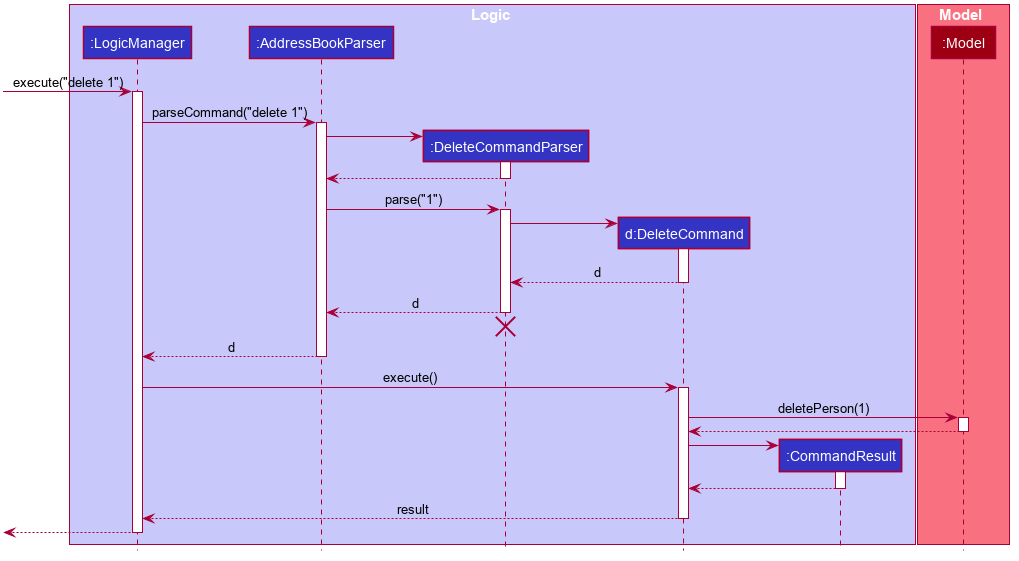
Before: docs/images/DeleteSequenceDiagram.png, a diagram exported from PlantUML (nus-cs2103-AY2223S1/tp).
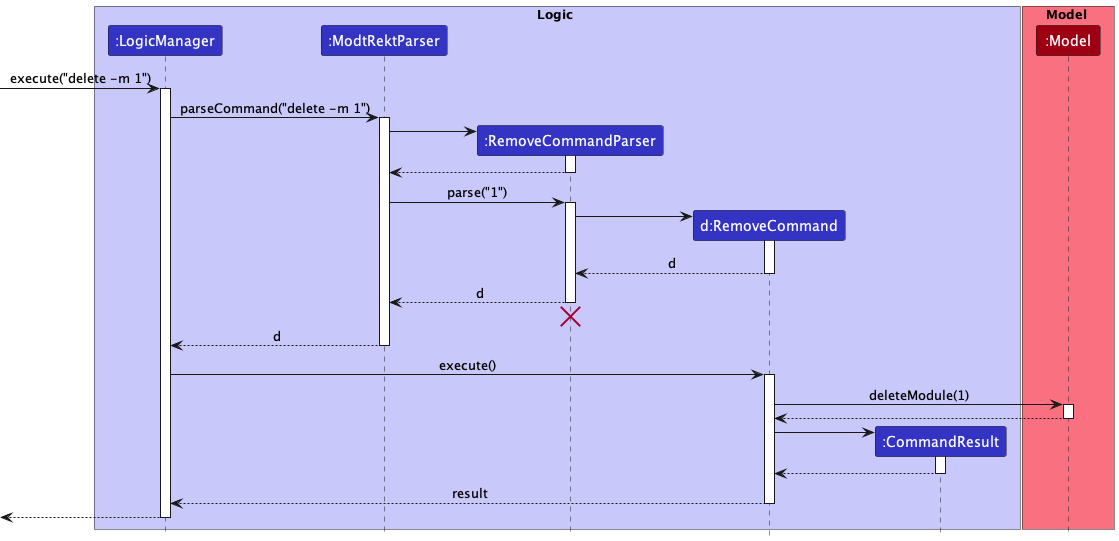
Later version of the same file.

The edit, as a diff of the source:
```diff
@@ -1,114 +1,67 @@
 @startuml
+!include style.puml
 
-
-
-
-
-
-
-
-skinparam BackgroundColor #FFFFFFF
-
-skinparam Shadowing false
-
-skinparam Class {
-    FontColor #FFFFFF
-    BorderThickness 1
-    BorderColor #FFFFFF
-    StereotypeFontColor #FFFFFF
-    FontName Arial
-}
-
-skinparam Actor {
-    BorderColor #000000
-    Color #000000
-    FontName Arial
-}
-
-skinparam Sequence {
-    MessageAlign center
-    BoxFontSize 15
-    BoxPadding 0
-    BoxFontColor #FFFFFF
-    FontName Arial
-}
-
-skinparam Participant {
-    FontColor #FFFFFFF
-    Padding 20
-}
-
-skinparam MinClassWidth 50
-skinparam ParticipantPadding 10
-skinparam Shadowing false
-skinparam DefaultTextAlignment center
-skinparam packageStyle Rectangle
-
-hide footbox
-hide members
-hide circle
-
-box Logic #C8C8FA
-participant ":LogicManager" as LogicManager #3333C4
-participant ":AddressBookParser" as AddressBookParser #3333C4
-participant ":DeleteCommandParser" as DeleteCommandParser #3333C4
-participant "d:DeleteCommand" as DeleteCommand #3333C4
-participant ":CommandResult" as CommandResult #3333C4
+box Logic LOGIC_COLOR_T1
+participant ":LogicManager" as LogicManager LOGIC_COLOR
+participant ":ModtRektParser" as ModtRektParser LOGIC_COLOR
+participant ":RemoveCommandParser" as RemoveCommandParser LOGIC_COLOR
+participant "d:RemoveCommand" as RemoveCommand LOGIC_COLOR
+participant ":CommandResult" as CommandResult LOGIC_COLOR
 end box
 
-box Model #F97181
-participant ":Model" as Model #9D0012
+box Model MODEL_COLOR_T1
+participant ":Model" as Model MODEL_COLOR
 end box
 
-[-> LogicManager : execute("delete 1")
+[-> LogicManager : execute("delete -m 1")
 activate LogicManager
 
-LogicManager -> AddressBookParser : parseCommand("delete 1")
-activate AddressBookParser
+LogicManager -> ModtRektParser : parseCommand("delete -m 1")
+activate ModtRektParser
 
-create DeleteCommandParser
-AddressBookParser -> DeleteCommandParser
-activate DeleteCommandParser
+create RemoveCommandParser
+ModtRektParser -> RemoveCommandParser
+activate RemoveCommandParser
 
-DeleteCommandParser --> AddressBookParser
-deactivate DeleteCommandParser
+RemoveCommandParser --> ModtRektParser
+deactivate RemoveCommandParser
 
-AddressBookParser -> DeleteCommandParser : parse("1")
-activate DeleteCommandParser
+ModtRektParser -> RemoveCommandParser : parse("1")
+activate RemoveCommandParser
 
-create DeleteCommand
-DeleteCommandParser -> DeleteCommand
-activate DeleteCommand
+create RemoveCommand
+RemoveCommandParser -> RemoveCommand
+activate RemoveCommand
 
-DeleteCommand --> DeleteCommandParser : d
-deactivate DeleteCommand
+RemoveCommand --> RemoveCommandParser : d
+deactivate RemoveCommand
 
-DeleteCommandParser --> AddressBookParser : d
-deactivate DeleteCommandParser
-DeleteCommandParser -[hidden]-> AddressBookParser
-destroy DeleteCommandParser
+RemoveCommandParser --> ModtRektParser : d
+deactivate RemoveCommandParser
+RemoveCommandParser -[hidden]-> ModtRektParser
+destroy RemoveCommandParser
 
-AddressBookParser --> LogicManager : d
-deactivate AddressBookParser
+ModtRektParser --> LogicManager : d
+deactivate ModtRektParser
 
-LogicManager -> DeleteCommand : execute()
-activate DeleteCommand
+LogicManager -> RemoveCommand : execute()
+activate RemoveCommand
 
-DeleteCommand -> Model : deletePerson(1)
+RemoveCommand -> Model : deleteModule(1)
 activate Model
 
-Model --> DeleteCommand
+Model --> RemoveCommand
 deactivate Model
 
 create CommandResult
-DeleteCommand -> CommandResult
+RemoveCommand -> CommandResult
 activate CommandResult
 
-CommandResult --> DeleteCommand
+CommandResult --> RemoveCommand
 deactivate CommandResult
 
-DeleteCommand --> LogicManager : result
-deactivate DeleteCommand
+RemoveCommand --> LogicManager : result
+deactivate RemoveCommand
 
 [<--LogicManager
 deactivate LogicManager
```
